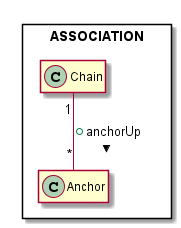
vitalispopoff/DSA_LectureAnalysis keeps this PlantUML diagram as src/wiki/_Home/uml/class_03a.png. Above is the earlier version.
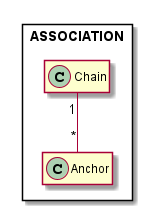
Later version of the same file.

Change to the diagram source:
```diff
@@ -17,7 +17,7 @@
     }
 
 
-    Chain "1" -- "*" Anchor : +anchorUp >
+    Chain "1" -- "*" Anchor
 
     hide members
 }
```
